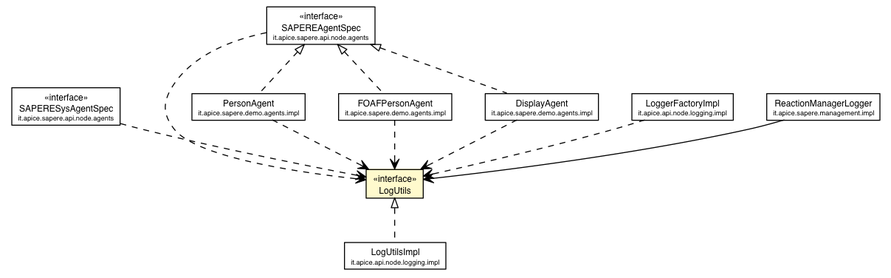
Above: deployed-site/apidocs/it/apice/sapere/api/node/logging/LogUtils.png in DanySK/Legacy-Contessi-Thesis-Semantic-Web-SAPERE (Graphviz), before the change. Its source is kept beside it as deployed-site/apidocs/it/apice/sapere/api/node/logging/LogUtils.dot. Its diagram source:
```dot

digraph G {
	edge [fontname="Helvetica",fontsize=10,labelfontname="Helvetica",labelfontsize=10];
	node [fontname="Helvetica",fontsize=10,shape=plaintext];
	c37819 [label=<<table border="0" cellborder="1" cellspacing="0" cellpadding="2" port="p" href="../agents/SAPERESysAgentSpec.html">
		<tr><td><table border="0" cellspacing="0" cellpadding="1">
			<tr><td> &laquo;interface&raquo; </td></tr>
			<tr><td> SAPERESysAgentSpec </td></tr>
			<tr><td><font point-size="7.0"> it.apice.sapere.api.node.agents </font></td></tr>
		</table></td></tr>
		</table>>, fontname="Helvetica", fontcolor="black", fontsize=9.0];
	c37820 [label=<<table border="0" cellborder="1" cellspacing="0" cellpadding="2" port="p" href="../agents/SAPEREAgentSpec.html">
		<tr><td><table border="0" cellspacing="0" cellpadding="1">
			<tr><td> &laquo;interface&raquo; </td></tr>
			<tr><td> SAPEREAgentSpec </td></tr>
			<tr><td><font point-size="7.0"> it.apice.sapere.api.node.agents </font></td></tr>
		</table></td></tr>
		</table>>, fontname="Helvetica", fontcolor="black", fontsize=9.0];
	c37826 [label=<<table border="0" cellborder="1" cellspacing="0" cellpadding="2" port="p" bgcolor="lemonChiffon" href="./LogUtils.html">
		<tr><td><table border="0" cellspacing="0" cellpadding="1">
			<tr><td> &laquo;interface&raquo; </td></tr>
			<tr><td> LogUtils </td></tr>
		</table></td></tr>
		</table>>, fontname="Helvetica", fontcolor="black", fontsize=9.0];
	c37925 [label=<<table border="0" cellborder="1" cellspacing="0" cellpadding="2" port="p" href="../../../../api/node/logging/impl/LogUtilsImpl.html">
		<tr><td><table border="0" cellspacing="0" cellpadding="1">
			<tr><td> LogUtilsImpl </td></tr>
			<tr><td><font point-size="7.0"> it.apice.api.node.logging.impl </font></td></tr>
		</table></td></tr>
		</table>>, fontname="Helvetica", fontcolor="black", fontsize=9.0];
	c37926 [label=<<table border="0" cellborder="1" cellspacing="0" cellpadding="2" port="p" href="../../../../api/node/logging/impl/LoggerFactoryImpl.html">
		<tr><td><table border="0" cellspacing="0" cellpadding="1">
			<tr><td> LoggerFactoryImpl </td></tr>
			<tr><td><font point-size="7.0"> it.apice.api.node.logging.impl </font></td></tr>
		</table></td></tr>
		</table>>, fontname="Helvetica", fontcolor="black", fontsize=9.0];
	c37931 [label=<<table border="0" cellborder="1" cellspacing="0" cellpadding="2" port="p" href="../../../management/impl/ReactionManagerLogger.html">
		<tr><td><table border="0" cellspacing="0" cellpadding="1">
			<tr><td> ReactionManagerLogger </td></tr>
			<tr><td><font point-size="7.0"> it.apice.sapere.management.impl </font></td></tr>
		</table></td></tr>
		</table>>, fontname="Helvetica", fontcolor="black", fontsize=9.0];
	c37961 [label=<<table border="0" cellborder="1" cellspacing="0" cellpadding="2" port="p" href="../../../demo/agents/impl/PersonAgent.html">
		<tr><td><table border="0" cellspacing="0" cellpadding="1">
			<tr><td> PersonAgent </td></tr>
			<tr><td><font point-size="7.0"> it.apice.sapere.demo.agents.impl </font></td></tr>
		</table></td></tr>
		</table>>, fontname="Helvetica", fontcolor="black", fontsize=9.0];
	c37962 [label=<<table border="0" cellborder="1" cellspacing="0" cellpadding="2" port="p" href="../../../demo/agents/impl/FOAFPersonAgent.html">
		<tr><td><table border="0" cellspacing="0" cellpadding="1">
			<tr><td> FOAFPersonAgent </td></tr>
			<tr><td><font point-size="7.0"> it.apice.sapere.demo.agents.impl </font></td></tr>
		</table></td></tr>
		</table>>, fontname="Helvetica", fontcolor="black", fontsize=9.0];
	c37964 [label=<<table border="0" cellborder="1" cellspacing="0" cellpadding="2" port="p" href="../../../demo/agents/impl/DisplayAgent.html">
		<tr><td><table border="0" cellspacing="0" cellpadding="1">
			<tr><td> DisplayAgent </td></tr>
			<tr><td><font point-size="7.0"> it.apice.sapere.demo.agents.impl </font></td></tr>
		</table></td></tr>
		</table>>, fontname="Helvetica", fontcolor="black", fontsize=9.0];
	c37826:p -> c37925:p [dir=back,arrowtail=empty,style=dashed];
	c37820:p -> c37961:p [dir=back,arrowtail=empty,style=dashed];
	c37820:p -> c37962:p [dir=back,arrowtail=empty,style=dashed];
	c37820:p -> c37964:p [dir=back,arrowtail=empty,style=dashed];
	c37931:p -> c37826:p [taillabel="", label="", headlabel="", fontname="Helvetica", fontcolor="black", fontsize=10.0, color="black", arrowhead=open];
	c37819:p -> c37826:p [taillabel="", label="", headlabel="", fontname="Helvetica", fontcolor="black", fontsize=10.0, color="black", arrowhead=open, style=dashed];
	c37820:p -> c37826:p [taillabel="", label="", headlabel="", fontname="Helvetica", fontcolor="black", fontsize=10.0, color="black", arrowhead=open, style=dashed];
	c37926:p -> c37826:p [taillabel="", label="", headlabel="", fontname="Helvetica", fontcolor="black", fontsize=10.0, color="black", arrowhead=open, style=dashed];
	c37961:p -> c37826:p [taillabel="", label="", headlabel="", fontname="Helvetica", fontcolor="black", fontsize=10.0, color="black", arrowhead=open, style=dashed];
	c37962:p -> c37826:p [taillabel="", label="", headlabel="", fontname="Helvetica", fontcolor="black", fontsize=10.0, color="black", arrowhead=open, style=dashed];
	c37964:p -> c37826:p [taillabel="", label="", headlabel="", fontname="Helvetica", fontcolor="black", fontsize=10.0, color="black", arrowhead=open, style=dashed];
}
```
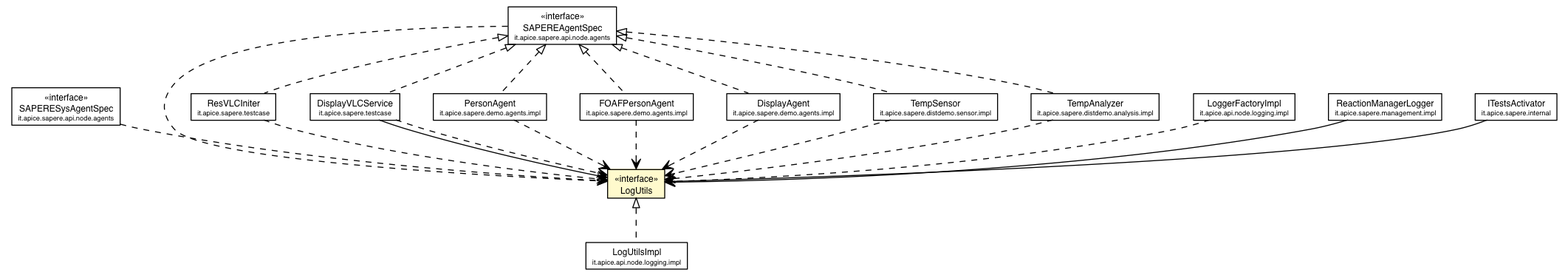
Above is the later version.

What changed in the source:
```diff
@@ -2,71 +2,111 @@
 digraph G {
 	edge [fontname="Helvetica",fontsize=10,labelfontname="Helvetica",labelfontsize=10];
 	node [fontname="Helvetica",fontsize=10,shape=plaintext];
-	c37819 [label=<<table border="0" cellborder="1" cellspacing="0" cellpadding="2" port="p" href="../agents/SAPERESysAgentSpec.html">
+	c43417 [label=<<table border="0" cellborder="1" cellspacing="0" cellpadding="2" port="p" href="../agents/SAPERESysAgentSpec.html">
 		<tr><td><table border="0" cellspacing="0" cellpadding="1">
 			<tr><td> &laquo;interface&raquo; </td></tr>
 			<tr><td> SAPERESysAgentSpec </td></tr>
 			<tr><td><font point-size="7.0"> it.apice.sapere.api.node.agents </font></td></tr>
 		</table></td></tr>
 		</table>>, fontname="Helvetica", fontcolor="black", fontsize=9.0];
-	c37820 [label=<<table border="0" cellborder="1" cellspacing="0" cellpadding="2" port="p" href="../agents/SAPEREAgentSpec.html">
+	c43418 [label=<<table border="0" cellborder="1" cellspacing="0" cellpadding="2" port="p" href="../agents/SAPEREAgentSpec.html">
 		<tr><td><table border="0" cellspacing="0" cellpadding="1">
 			<tr><td> &laquo;interface&raquo; </td></tr>
 			<tr><td> SAPEREAgentSpec </td></tr>
 			<tr><td><font point-size="7.0"> it.apice.sapere.api.node.agents </font></td></tr>
 		</table></td></tr>
 		</table>>, fontname="Helvetica", fontcolor="black", fontsize=9.0];
-	c37826 [label=<<table border="0" cellborder="1" cellspacing="0" cellpadding="2" port="p" bgcolor="lemonChiffon" href="./LogUtils.html">
+	c43424 [label=<<table border="0" cellborder="1" cellspacing="0" cellpadding="2" port="p" bgcolor="lemonChiffon" href="./LogUtils.html">
 		<tr><td><table border="0" cellspacing="0" cellpadding="1">
 			<tr><td> &laquo;interface&raquo; </td></tr>
 			<tr><td> LogUtils </td></tr>
 		</table></td></tr>
 		</table>>, fontname="Helvetica", fontcolor="black", fontsize=9.0];
-	c37925 [label=<<table border="0" cellborder="1" cellspacing="0" cellpadding="2" port="p" href="../../../../api/node/logging/impl/LogUtilsImpl.html">
+	c43523 [label=<<table border="0" cellborder="1" cellspacing="0" cellpadding="2" port="p" href="../../../../api/node/logging/impl/LogUtilsImpl.html">
 		<tr><td><table border="0" cellspacing="0" cellpadding="1">
 			<tr><td> LogUtilsImpl </td></tr>
 			<tr><td><font point-size="7.0"> it.apice.api.node.logging.impl </font></td></tr>
 		</table></td></tr>
 		</table>>, fontname="Helvetica", fontcolor="black", fontsize=9.0];
-	c37926 [label=<<table border="0" cellborder="1" cellspacing="0" cellpadding="2" port="p" href="../../../../api/node/logging/impl/LoggerFactoryImpl.html">
+	c43524 [label=<<table border="0" cellborder="1" cellspacing="0" cellpadding="2" port="p" href="../../../../api/node/logging/impl/LoggerFactoryImpl.html">
 		<tr><td><table border="0" cellspacing="0" cellpadding="1">
 			<tr><td> LoggerFactoryImpl </td></tr>
 			<tr><td><font point-size="7.0"> it.apice.api.node.logging.impl </font></td></tr>
 		</table></td></tr>
 		</table>>, fontname="Helvetica", fontcolor="black", fontsize=9.0];
-	c37931 [label=<<table border="0" cellborder="1" cellspacing="0" cellpadding="2" port="p" href="../../../management/impl/ReactionManagerLogger.html">
+	c43529 [label=<<table border="0" cellborder="1" cellspacing="0" cellpadding="2" port="p" href="../../../management/impl/ReactionManagerLogger.html">
 		<tr><td><table border="0" cellspacing="0" cellpadding="1">
 			<tr><td> ReactionManagerLogger </td></tr>
 			<tr><td><font point-size="7.0"> it.apice.sapere.management.impl </font></td></tr>
 		</table></td></tr>
 		</table>>, fontname="Helvetica", fontcolor="black", fontsize=9.0];
-	c37961 [label=<<table border="0" cellborder="1" cellspacing="0" cellpadding="2" port="p" href="../../../demo/agents/impl/PersonAgent.html">
+	c43561 [label=<<table border="0" cellborder="1" cellspacing="0" cellpadding="2" port="p" href="../../../internal/ITestsActivator.html">
+		<tr><td><table border="0" cellspacing="0" cellpadding="1">
+			<tr><td> ITestsActivator </td></tr>
+			<tr><td><font point-size="7.0"> it.apice.sapere.internal </font></td></tr>
+		</table></td></tr>
+		</table>>, fontname="Helvetica", fontcolor="black", fontsize=9.0];
+	c43562 [label=<<table border="0" cellborder="1" cellspacing="0" cellpadding="2" port="p" href="../../../testcase/ResVLCIniter.html">
+		<tr><td><table border="0" cellspacing="0" cellpadding="1">
+			<tr><td> ResVLCIniter </td></tr>
+			<tr><td><font point-size="7.0"> it.apice.sapere.testcase </font></td></tr>
+		</table></td></tr>
+		</table>>, fontname="Helvetica", fontcolor="black", fontsize=9.0];
+	c43563 [label=<<table border="0" cellborder="1" cellspacing="0" cellpadding="2" port="p" href="../../../testcase/DisplayVLCService.html">
+		<tr><td><table border="0" cellspacing="0" cellpadding="1">
+			<tr><td> DisplayVLCService </td></tr>
+			<tr><td><font point-size="7.0"> it.apice.sapere.testcase </font></td></tr>
+		</table></td></tr>
+		</table>>, fontname="Helvetica", fontcolor="black", fontsize=9.0];
+	c43566 [label=<<table border="0" cellborder="1" cellspacing="0" cellpadding="2" port="p" href="../../../demo/agents/impl/PersonAgent.html">
 		<tr><td><table border="0" cellspacing="0" cellpadding="1">
 			<tr><td> PersonAgent </td></tr>
 			<tr><td><font point-size="7.0"> it.apice.sapere.demo.agents.impl </font></td></tr>
 		</table></td></tr>
 		</table>>, fontname="Helvetica", fontcolor="black", fontsize=9.0];
-	c37962 [label=<<table border="0" cellborder="1" cellspacing="0" cellpadding="2" port="p" href="../../../demo/agents/impl/FOAFPersonAgent.html">
+	c43567 [label=<<table border="0" cellborder="1" cellspacing="0" cellpadding="2" port="p" href="../../../demo/agents/impl/FOAFPersonAgent.html">
 		<tr><td><table border="0" cellspacing="0" cellpadding="1">
 			<tr><td> FOAFPersonAgent </td></tr>
 			<tr><td><font point-size="7.0"> it.apice.sapere.demo.agents.impl </font></td></tr>
 		</table></td></tr>
 		</table>>, fontname="Helvetica", fontcolor="black", fontsize=9.0];
-	c37964 [label=<<table border="0" cellborder="1" cellspacing="0" cellpadding="2" port="p" href="../../../demo/agents/impl/DisplayAgent.html">
+	c43569 [label=<<table border="0" cellborder="1" cellspacing="0" cellpadding="2" port="p" href="../../../demo/agents/impl/DisplayAgent.html">
 		<tr><td><table border="0" cellspacing="0" cellpadding="1">
 			<tr><td> DisplayAgent </td></tr>
 			<tr><td><font point-size="7.0"> it.apice.sapere.demo.agents.impl </font></td></tr>
 		</table></td></tr>
 		</table>>, fontname="Helvetica", fontcolor="black", fontsize=9.0];
-	c37826:p -> c37925:p [dir=back,arrowtail=empty,style=dashed];
-	c37820:p -> c37961:p [dir=back,arrowtail=empty,style=dashed];
-	c37820:p -> c37962:p [dir=back,arrowtail=empty,style=dashed];
-	c37820:p -> c37964:p [dir=back,arrowtail=empty,style=dashed];
-	c37931:p -> c37826:p [taillabel="", label="", headlabel="", fontname="Helvetica", fontcolor="black", fontsize=10.0, color="black", arrowhead=open];
-	c37819:p -> c37826:p [taillabel="", label="", headlabel="", fontname="Helvetica", fontcolor="black", fontsize=10.0, color="black", arrowhead=open, style=dashed];
-	c37820:p -> c37826:p [taillabel="", label="", headlabel="", fontname="Helvetica", fontcolor="black", fontsize=10.0, color="black", arrowhead=open, style=dashed];
-	c37926:p -> c37826:p [taillabel="", label="", headlabel="", fontname="Helvetica", fontcolor="black", fontsize=10.0, color="black", arrowhead=open, style=dashed];
-	c37961:p -> c37826:p [taillabel="", label="", headlabel="", fontname="Helvetica", fontcolor="black", fontsize=10.0, color="black", arrowhead=open, style=dashed];
-	c37962:p -> c37826:p [taillabel="", label="", headlabel="", fontname="Helvetica", fontcolor="black", fontsize=10.0, color="black", arrowhead=open, style=dashed];
-	c37964:p -> c37826:p [taillabel="", label="", headlabel="", fontname="Helvetica", fontcolor="black", fontsize=10.0, color="black", arrowhead=open, style=dashed];
+	c43581 [label=<<table border="0" cellborder="1" cellspacing="0" cellpadding="2" port="p" href="../../../distdemo/sensor/impl/TempSensor.html">
+		<tr><td><table border="0" cellspacing="0" cellpadding="1">
+			<tr><td> TempSensor </td></tr>
+			<tr><td><font point-size="7.0"> it.apice.sapere.distdemo.sensor.impl </font></td></tr>
+		</table></td></tr>
+		</table>>, fontname="Helvetica", fontcolor="black", fontsize=9.0];
+	c43586 [label=<<table border="0" cellborder="1" cellspacing="0" cellpadding="2" port="p" href="../../../distdemo/analysis/impl/TempAnalyzer.html">
+		<tr><td><table border="0" cellspacing="0" cellpadding="1">
+			<tr><td> TempAnalyzer </td></tr>
+			<tr><td><font point-size="7.0"> it.apice.sapere.distdemo.analysis.impl </font></td></tr>
+		</table></td></tr>
+		</table>>, fontname="Helvetica", fontcolor="black", fontsize=9.0];
+	c43424:p -> c43523:p [dir=back,arrowtail=empty,style=dashed];
+	c43418:p -> c43562:p [dir=back,arrowtail=empty,style=dashed];
+	c43418:p -> c43563:p [dir=back,arrowtail=empty,style=dashed];
+	c43418:p -> c43566:p [dir=back,arrowtail=empty,style=dashed];
+	c43418:p -> c43567:p [dir=back,arrowtail=empty,style=dashed];
+	c43418:p -> c43569:p [dir=back,arrowtail=empty,style=dashed];
+	c43418:p -> c43581:p [dir=back,arrowtail=empty,style=dashed];
+	c43418:p -> c43586:p [dir=back,arrowtail=empty,style=dashed];
+	c43529:p -> c43424:p [taillabel="", label="", headlabel="", fontname="Helvetica", fontcolor="black", fontsize=10.0, color="black", arrowhead=open];
+	c43561:p -> c43424:p [taillabel="", label="", headlabel="", fontname="Helvetica", fontcolor="black", fontsize=10.0, color="black", arrowhead=open];
+	c43563:p -> c43424:p [taillabel="", label="", headlabel="", fontname="Helvetica", fontcolor="black", fontsize=10.0, color="black", arrowhead=open];
+	c43417:p -> c43424:p [taillabel="", label="", headlabel="", fontname="Helvetica", fontcolor="black", fontsize=10.0, color="black", arrowhead=open, style=dashed];
+	c43418:p -> c43424:p [taillabel="", label="", headlabel="", fontname="Helvetica", fontcolor="black", fontsize=10.0, color="black", arrowhead=open, style=dashed];
+	c43524:p -> c43424:p [taillabel="", label="", headlabel="", fontname="Helvetica", fontcolor="black", fontsize=10.0, color="black", arrowhead=open, style=dashed];
+	c43562:p -> c43424:p [taillabel="", label="", headlabel="", fontname="Helvetica", fontcolor="black", fontsize=10.0, color="black", arrowhead=open, style=dashed];
+	c43563:p -> c43424:p [taillabel="", label="", headlabel="", fontname="Helvetica", fontcolor="black", fontsize=10.0, color="black", arrowhead=open, style=dashed];
+	c43566:p -> c43424:p [taillabel="", label="", headlabel="", fontname="Helvetica", fontcolor="black", fontsize=10.0, color="black", arrowhead=open, style=dashed];
+	c43567:p -> c43424:p [taillabel="", label="", headlabel="", fontname="Helvetica", fontcolor="black", fontsize=10.0, color="black", arrowhead=open, style=dashed];
+	c43569:p -> c43424:p [taillabel="", label="", headlabel="", fontname="Helvetica", fontcolor="black", fontsize=10.0, color="black", arrowhead=open, style=dashed];
+	c43581:p -> c43424:p [taillabel="", label="", headlabel="", fontname="Helvetica", fontcolor="black", fontsize=10.0, color="black", arrowhead=open, style=dashed];
+	c43586:p -> c43424:p [taillabel="", label="", headlabel="", fontname="Helvetica", fontcolor="black", fontsize=10.0, color="black", arrowhead=open, style=dashed];
 }
```
